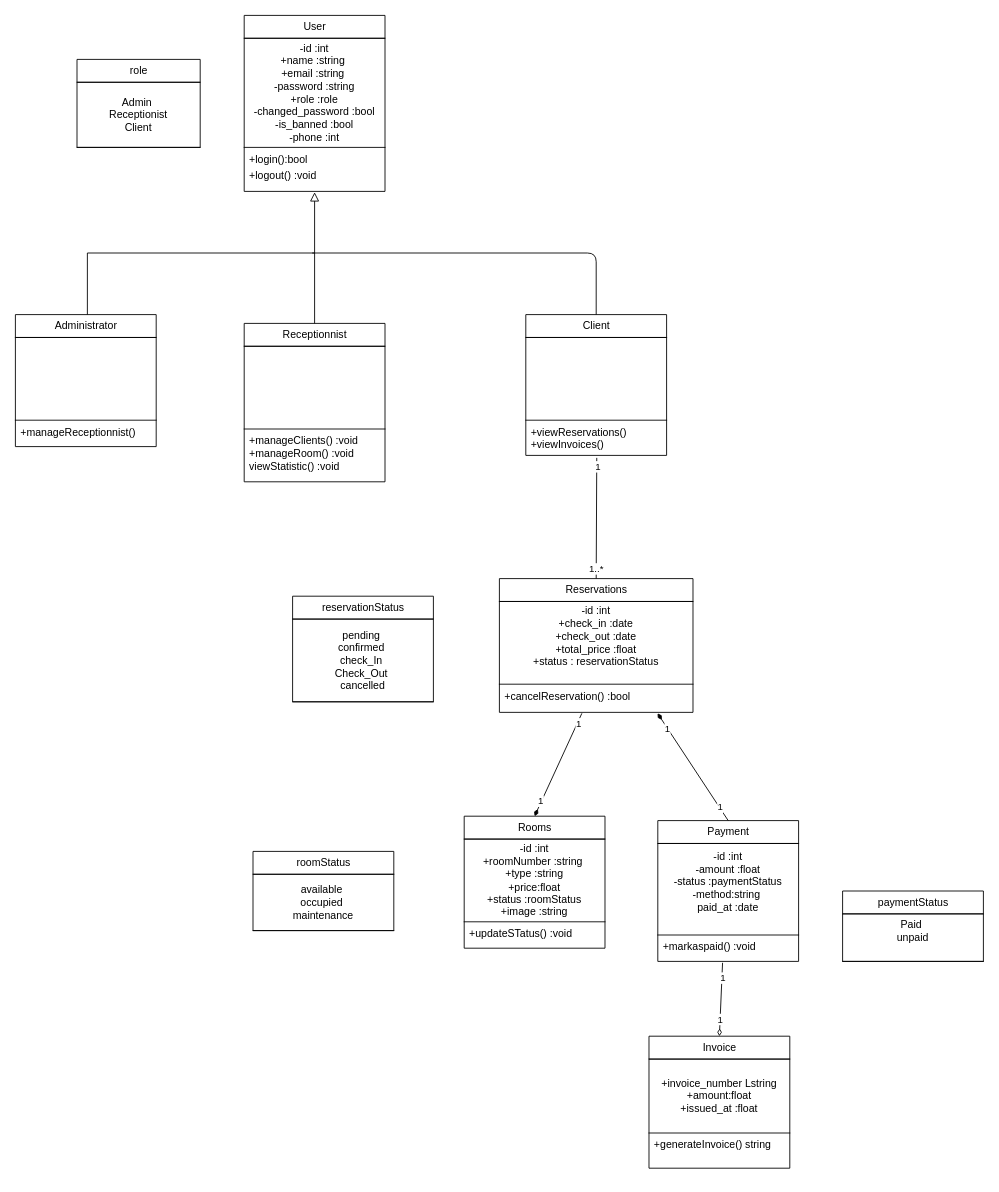
The draw.io diagram class-diagram.drawio in aichaelyadri60-debug/Grand-H-tel, before the edit. Source tidied: cells renumbered, new cells numbered last; positions are measured from the earlier drawing's top-left corner, leaving out a move shared by most shapes. Both pictures are drawn from the tidied source at 88%, with x=0, y=0 at pixel (15, 15).
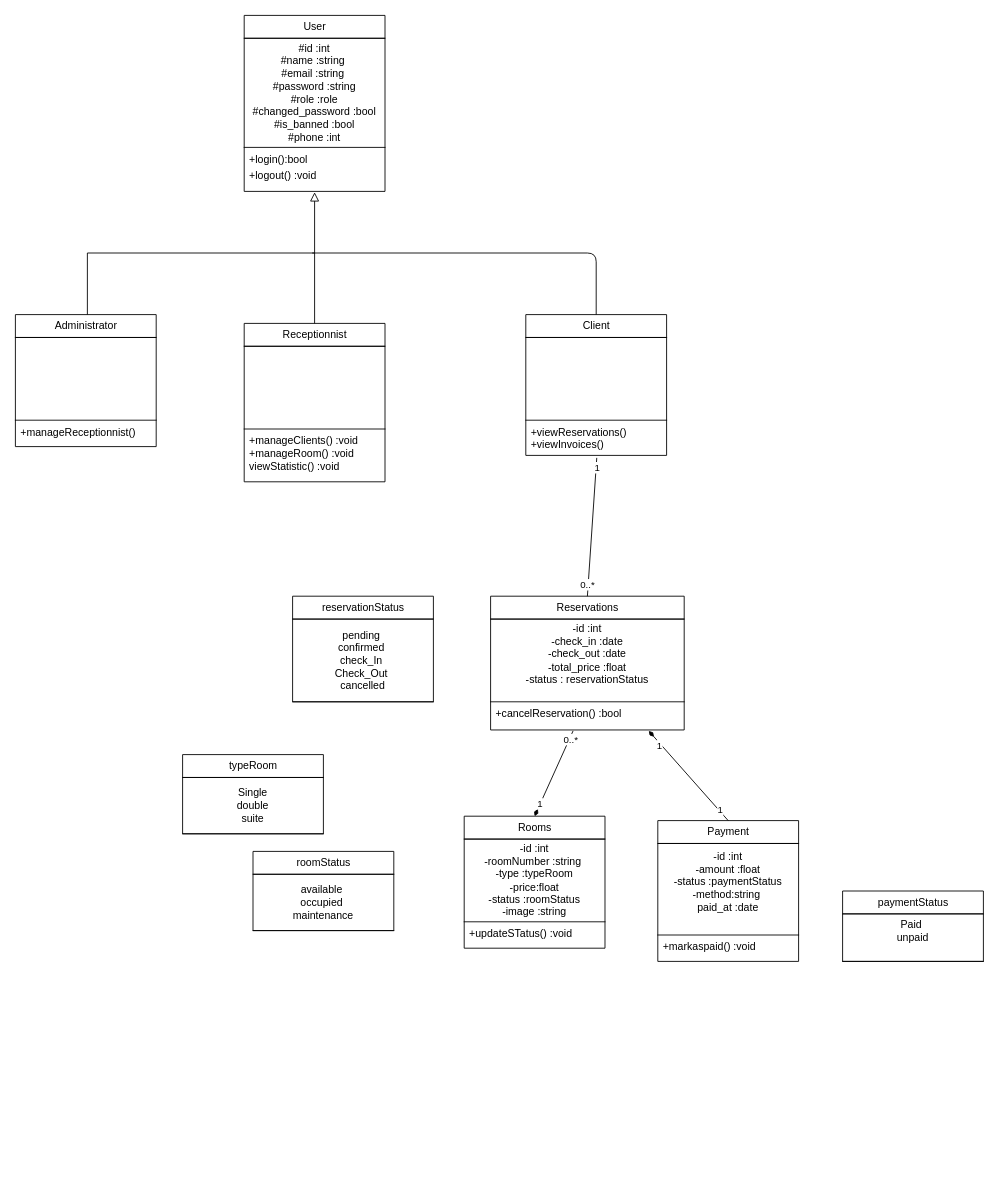
Above is the later version.

The change refers to these unchanged cells:
```xml
<mxCell id="2" value="User" style="swimlane;fontStyle=0;horizontal=1;startSize=26;fillColor=none;html=1;" parent="1" vertex="1">
  <mxGeometry x="260" width="160" height="200" as="geometry" />
</mxCell>
<mxCell id="6" value="Rooms" style="swimlane;fontStyle=0;horizontal=1;startSize=26;fillColor=none;html=1;" parent="1" vertex="1">
  <mxGeometry x="510" y="910" width="160" height="150" as="geometry" />
</mxCell>
<mxCell id="11" value="+markaspaid() :void&amp;nbsp;" style="text;strokeColor=none;fillColor=none;align=left;verticalAlign=top;spacingLeft=4;spacingRight=4;overflow=hidden;points=[[0,0.5],[1,0.5]];portConstraint=eastwest;whiteSpace=wrap;html=1;" parent="9" vertex="1">
  <mxGeometry y="130" width="160" height="30" as="geometry" />
</mxCell>
<mxCell id="37" style="edgeStyle=none;html=1;endArrow=diamondThin;endFill=1;entryX=0.5;entryY=0;entryDx=0;entryDy=0;exitX=0.426;exitY=1.034;exitDx=0;exitDy=0;exitPerimeter=0;" parent="1" edge="1" source="17" target="6">
  <mxGeometry relative="1" as="geometry" />
</mxCell>
<mxCell id="40" style="edgeStyle=none;html=1;endArrow=none;endFill=0;exitX=0.5;exitY=0;exitDx=0;exitDy=0;entryX=0.504;entryY=1.07;entryDx=0;entryDy=0;entryPerimeter=0;" parent="1" edge="1" source="15" target="27">
  <mxGeometry relative="1" as="geometry" />
</mxCell>
```

Change to the diagram source:
```diff
@@
-    <mxCell id="3" value="-id :int&lt;div&gt;+name :string&amp;nbsp;&lt;/div&gt;&lt;div&gt;+email :string&amp;nbsp;&lt;/div&gt;&lt;div&gt;-password :string&lt;/div&gt;&lt;div&gt;+role :role&lt;/div&gt;&lt;div&gt;-changed_password :bool&lt;/div&gt;&lt;div&gt;-is_banned :bool&lt;/div&gt;&lt;div&gt;-phone :int&lt;/div&gt;" style="shape=partialRectangle;whiteSpace=wrap;html=1;left=0;right=0;fillColor=none;align=center;" parent="2" vertex="1">
+    <mxCell id="3" value="#id :int&lt;div&gt;#name :string&amp;nbsp;&lt;/div&gt;&lt;div&gt;#email :string&amp;nbsp;&lt;/div&gt;&lt;div&gt;#password :string&lt;/div&gt;&lt;div&gt;#role :role&lt;/div&gt;&lt;div&gt;#changed_password :bool&lt;/div&gt;&lt;div&gt;#is_banned :bool&lt;/div&gt;&lt;div&gt;#phone :int&lt;/div&gt;" style="shape=partialRectangle;whiteSpace=wrap;html=1;left=0;right=0;fillColor=none;align=center;" parent="2" vertex="1">
       <mxGeometry y="26" width="160" height="124" as="geometry" />
     </mxCell>
@@
-    <mxCell id="7" value="-id :int&lt;div&gt;+roomNumber :string&amp;nbsp;&lt;/div&gt;&lt;div&gt;+type :string&lt;/div&gt;&lt;div&gt;+price:float&lt;/div&gt;&lt;div&gt;+status :roomStatus&lt;/div&gt;&lt;div&gt;+image :string&lt;/div&gt;" style="shape=partialRectangle;whiteSpace=wrap;html=1;left=0;right=0;fillColor=none;align=center;" parent="6" vertex="1">
+    <mxCell id="7" value="-id :int&lt;div&gt;-roomNumber :string&amp;nbsp;&lt;/div&gt;&lt;div&gt;-type :&lt;span style=&quot;color: rgb(0, 0, 0); text-wrap-mode: nowrap; background-color: transparent;&quot;&gt;typeRoom&lt;/span&gt;&lt;/div&gt;&lt;div&gt;-price:float&lt;/div&gt;&lt;div&gt;-status :roomStatus&lt;/div&gt;&lt;div&gt;-image :string&lt;/div&gt;" style="shape=partialRectangle;whiteSpace=wrap;html=1;left=0;right=0;fillColor=none;align=center;" parent="6" vertex="1">
       <mxGeometry y="26" width="160" height="94" as="geometry" />
     </mxCell>
@@
     <mxCell id="15" value="Reservations" style="swimlane;fontStyle=0;horizontal=1;startSize=26;fillColor=none;html=1;" parent="1" vertex="1">
-      <mxGeometry x="550" y="640" width="220" height="152" as="geometry" />
+      <mxGeometry x="540" y="660" width="220" height="152" as="geometry" />
     </mxCell>
-    <mxCell id="16" value="-id :int&lt;div&gt;+check_in :date&lt;/div&gt;&lt;div&gt;+check_out :date&lt;/div&gt;&lt;div&gt;+total_price :float&lt;/div&gt;&lt;div&gt;+status : reservationStatus&lt;/div&gt;&lt;div&gt;&lt;br&gt;&lt;/div&gt;" style="shape=partialRectangle;whiteSpace=wrap;html=1;left=0;right=0;fillColor=none;align=center;" parent="15" vertex="1">
+    <mxCell id="16" value="-id :int&lt;div&gt;-check_in :date&lt;/div&gt;&lt;div&gt;-check_out :date&lt;/div&gt;&lt;div&gt;-total_price :float&lt;/div&gt;&lt;div&gt;-status : reservationStatus&lt;/div&gt;&lt;div&gt;&lt;br&gt;&lt;/div&gt;" style="shape=partialRectangle;whiteSpace=wrap;html=1;left=0;right=0;fillColor=none;align=center;" parent="15" vertex="1">
       <mxGeometry y="26" width="220" height="94" as="geometry" />
     </mxCell>
@@
-    <mxCell id="28" value="role" style="swimlane;fontStyle=0;horizontal=1;startSize=26;fillColor=none;html=1;" parent="1" vertex="1">
-      <mxGeometry x="70" y="50" width="140" height="100" as="geometry" />
-    </mxCell>
-    <mxCell id="29" value="Admin&amp;nbsp;&lt;div&gt;Receptionist&lt;/div&gt;&lt;div&gt;Client&lt;/div&gt;" style="shape=partialRectangle;whiteSpace=wrap;html=1;left=0;right=0;fillColor=none;align=center;" parent="28" vertex="1">
-      <mxGeometry y="26" width="140" height="74" as="geometry" />
-    </mxCell>
-    <mxCell id="30" value="Invoice" style="swimlane;fontStyle=0;horizontal=1;startSize=26;fillColor=none;html=1;" parent="1" vertex="1">
-      <mxGeometry x="720" y="1160" width="160" height="150" as="geometry" />
-    </mxCell>
-    <mxCell id="31" value="+invoice_number Lstring&lt;div&gt;+amount:float&lt;/div&gt;&lt;div&gt;+issued_at :float&lt;/div&gt;" style="shape=partialRectangle;whiteSpace=wrap;html=1;left=0;right=0;fillColor=none;align=center;" parent="30" vertex="1">
-      <mxGeometry y="26" width="160" height="84" as="geometry" />
-    </mxCell>
-    <mxCell id="32" value="+generateInvoice() string" style="text;strokeColor=none;fillColor=none;align=left;verticalAlign=top;spacingLeft=4;spacingRight=4;overflow=hidden;points=[[0,0.5],[1,0.5]];portConstraint=eastwest;whiteSpace=wrap;html=1;" parent="30" vertex="1">
-      <mxGeometry y="110" width="160" height="40" as="geometry" />
-    </mxCell>
-    <mxCell id="33" style="edgeStyle=none;html=1;entryX=0.509;entryY=1.019;entryDx=0;entryDy=0;entryPerimeter=0;" parent="30" edge="1" source="30" target="32">
-      <mxGeometry relative="1" as="geometry" />
-    </mxCell>
@@
-    <mxCell id="38" value="1" style="edgeLabel;html=1;align=center;verticalAlign=middle;" parent="37" vertex="1">
+    <mxCell id="38" value="0..*" style="edgeLabel;html=1;align=center;verticalAlign=middle;" parent="37" vertex="1">
       <mxGeometry x="-0.82" y="1" relative="1" as="geometry" />
     </mxCell>
@@
-    <mxCell id="42" value="1..*" style="edgeLabel;html=1;align=center;verticalAlign=middle;" parent="40" vertex="1">
+    <mxCell id="42" value="0..*" style="edgeLabel;html=1;align=center;verticalAlign=middle;" parent="40" vertex="1">
       <mxGeometry x="-0.84" y="1" relative="1" as="geometry" />
     </mxCell>
@@
-    <mxCell id="46" style="edgeStyle=none;html=1;endArrow=none;endFill=0;entryX=0.46;entryY=1.053;entryDx=0;entryDy=0;exitX=0.5;exitY=0;exitDx=0;exitDy=0;entryPerimeter=0;startArrow=diamondThin;startFill=0;" parent="1" edge="1" source="30" target="11">
-      <mxGeometry relative="1" as="geometry" />
-    </mxCell>
-    <mxCell id="47" value="1" style="edgeLabel;html=1;align=center;verticalAlign=middle;" parent="46" vertex="1">
-      <mxGeometry x="-0.53" relative="1" as="geometry" />
-    </mxCell>
-    <mxCell id="48" value="1" style="edgeLabel;html=1;align=center;verticalAlign=middle;" parent="46" vertex="1">
-      <mxGeometry x="0.61" y="-1" relative="1" as="geometry" />
-    </mxCell>
@@
+    <mxCell id="51" value="typeRoom" style="swimlane;fontStyle=0;horizontal=1;startSize=26;fillColor=none;html=1;" parent="1" vertex="1">
+      <mxGeometry x="190" y="840" width="160" height="90" as="geometry" />
+    </mxCell>
+    <mxCell id="52" value="Single&lt;div&gt;double&lt;/div&gt;&lt;div&gt;suite&lt;/div&gt;" style="shape=partialRectangle;whiteSpace=wrap;html=1;left=0;right=0;fillColor=none;align=center;" parent="51" vertex="1">
+      <mxGeometry y="26" width="160" height="64" as="geometry" />
+    </mxCell>
```
